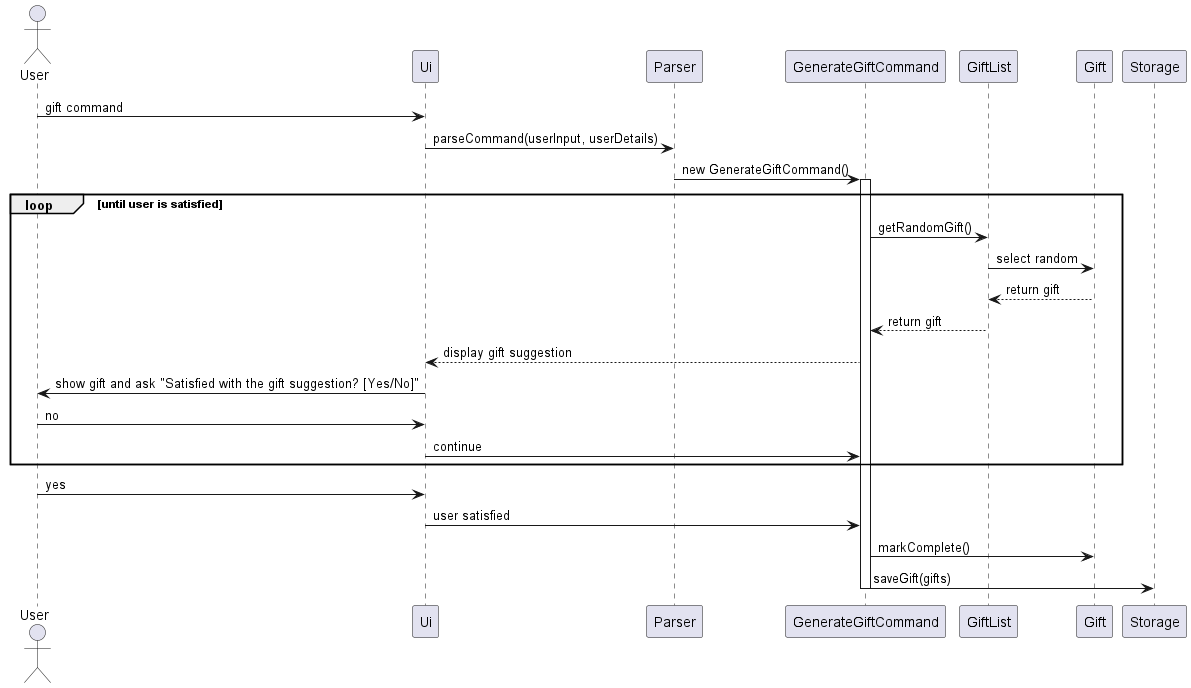
The PlantUML diagram docs/images/GiftSequenceDiagram.png in RyanTDL/tp, before a commit.
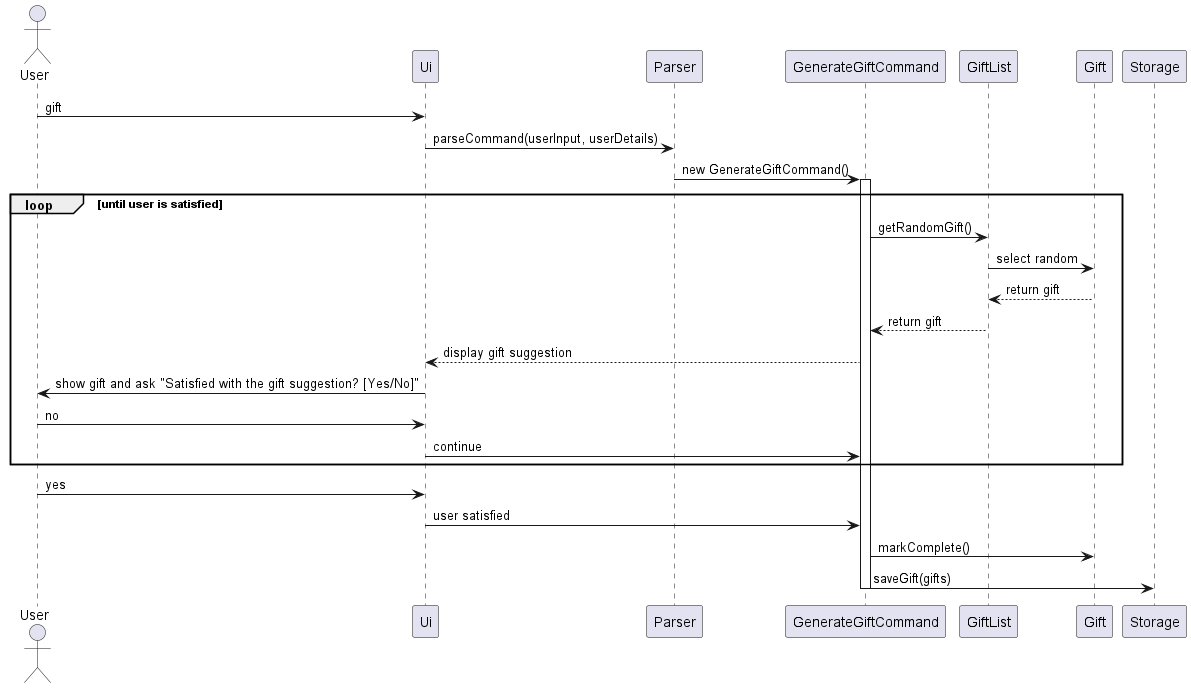
After the commit.

Commit message:
Implement termination for gift generation

Change to the diagram source:
```diff
@@ -8,7 +8,7 @@
 participant "Gift" as G
 participant "Storage" as S
 
-User -> UI : gift command
+User -> UI : gift
 UI -> P : parseCommand(userInput, userDetails)
 P -> GGC : new GenerateGiftCommand()
 activate GGC
```
